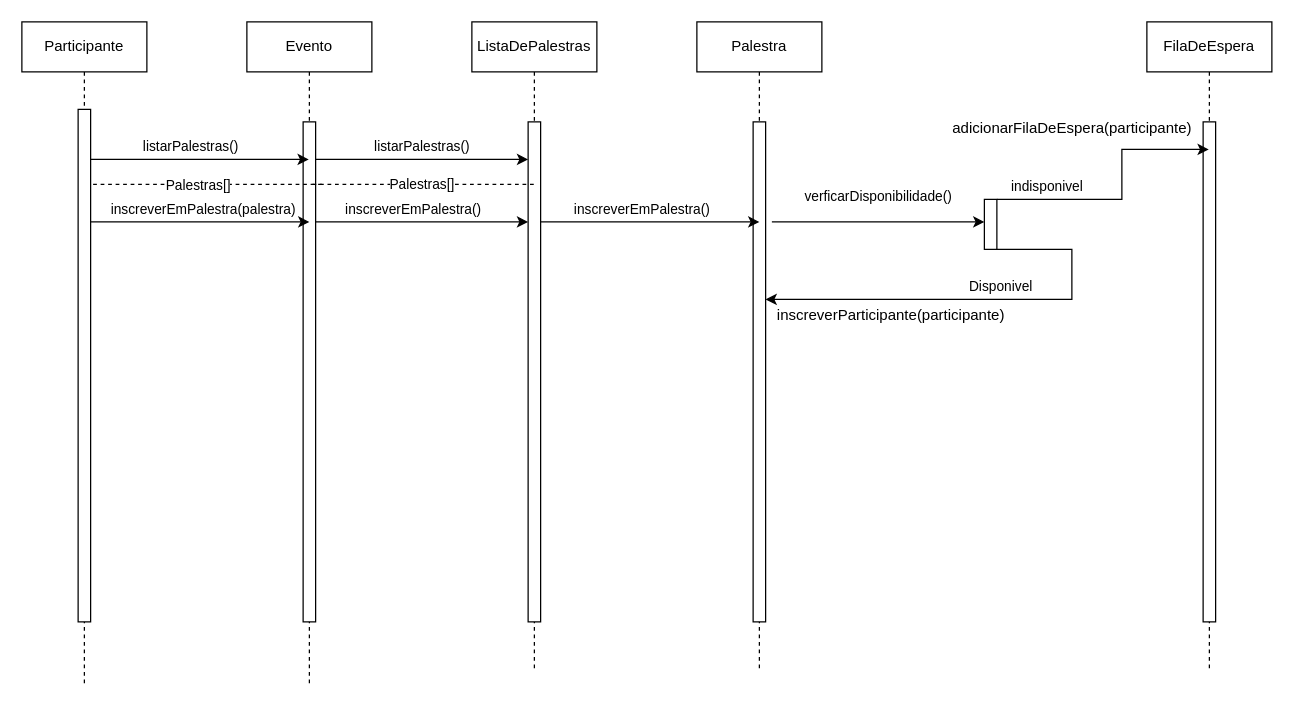
The draw.io diagram Diagrama sem nome.drawio in henriquechiacchio/-estruturas_dados, before the edit. Source tidied: cells renumbered, new cells numbered last; positions are measured from the earlier drawing's top-left corner, leaving out a move shared by most shapes. Both pictures are drawn from the tidied source at 125%, with x=0, y=0 at pixel (21, 21).
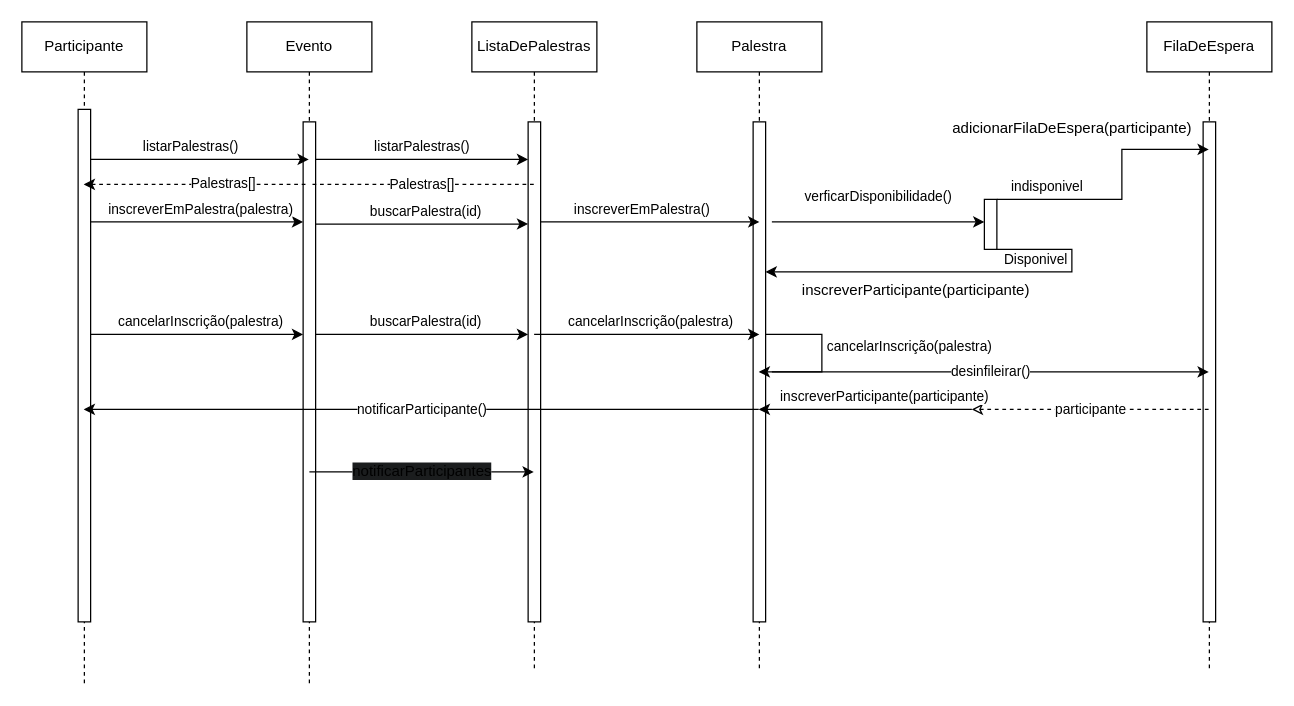
The same diagram, later.

The change refers to these unchanged cells:
```xml
<mxCell id="2" value="Participante" style="shape=umlLifeline;perimeter=lifelinePerimeter;whiteSpace=wrap;html=1;outlineConnect=0;portConstraint=eastwest;newEdgeStyle={&quot;edgeStyle&quot;:&quot;elbowEdgeStyle&quot;,&quot;elbow&quot;:&quot;vertical&quot;,&quot;curved&quot;:0,&quot;rounded&quot;:0};" parent="1" vertex="1">
  <mxGeometry width="100" height="530" as="geometry" />
</mxCell>
<mxCell id="3" style="html=1;points=[];perimeter=orthogonalPerimeter;outlineConnect=0;targetShapes=umlLifeline;portConstraint=eastwest;newEdgeStyle={&quot;edgeStyle&quot;:&quot;elbowEdgeStyle&quot;,&quot;elbow&quot;:&quot;vertical&quot;,&quot;curved&quot;:0,&quot;rounded&quot;:0};" parent="2" vertex="1">
  <mxGeometry x="45" y="70" width="10" height="410" as="geometry" />
</mxCell>
<mxCell id="4" value="Evento" style="shape=umlLifeline;perimeter=lifelinePerimeter;whiteSpace=wrap;html=1;outlineConnect=0;portConstraint=eastwest;newEdgeStyle={&quot;edgeStyle&quot;:&quot;elbowEdgeStyle&quot;,&quot;elbow&quot;:&quot;vertical&quot;,&quot;curved&quot;:0,&quot;rounded&quot;:0};" parent="1" vertex="1">
  <mxGeometry x="180" width="100" height="530" as="geometry" />
</mxCell>
<mxCell id="5" style="html=1;points=[];perimeter=orthogonalPerimeter;outlineConnect=0;targetShapes=umlLifeline;portConstraint=eastwest;newEdgeStyle={&quot;edgeStyle&quot;:&quot;elbowEdgeStyle&quot;,&quot;elbow&quot;:&quot;vertical&quot;,&quot;curved&quot;:0,&quot;rounded&quot;:0};" parent="4" vertex="1">
  <mxGeometry x="45" y="80" width="10" height="400" as="geometry" />
</mxCell>
<mxCell id="6" value="Palestra" style="shape=umlLifeline;perimeter=lifelinePerimeter;whiteSpace=wrap;html=1;outlineConnect=0;portConstraint=eastwest;newEdgeStyle={&quot;edgeStyle&quot;:&quot;elbowEdgeStyle&quot;,&quot;elbow&quot;:&quot;vertical&quot;,&quot;curved&quot;:0,&quot;rounded&quot;:0};" parent="1" vertex="1">
  <mxGeometry x="540" width="100" height="520" as="geometry" />
</mxCell>
<mxCell id="7" style="html=1;points=[];perimeter=orthogonalPerimeter;outlineConnect=0;targetShapes=umlLifeline;portConstraint=eastwest;newEdgeStyle={&quot;edgeStyle&quot;:&quot;elbowEdgeStyle&quot;,&quot;elbow&quot;:&quot;vertical&quot;,&quot;curved&quot;:0,&quot;rounded&quot;:0};" parent="6" vertex="1">
  <mxGeometry x="45" y="80" width="10" height="400" as="geometry" />
</mxCell>
<mxCell id="8" value="ListaDePalestras" style="shape=umlLifeline;perimeter=lifelinePerimeter;whiteSpace=wrap;html=1;outlineConnect=0;portConstraint=eastwest;newEdgeStyle={&quot;edgeStyle&quot;:&quot;elbowEdgeStyle&quot;,&quot;elbow&quot;:&quot;vertical&quot;,&quot;curved&quot;:0,&quot;rounded&quot;:0};" parent="1" vertex="1">
  <mxGeometry x="360" width="100" height="520" as="geometry" />
</mxCell>
<mxCell id="9" style="html=1;points=[];perimeter=orthogonalPerimeter;outlineConnect=0;targetShapes=umlLifeline;portConstraint=eastwest;newEdgeStyle={&quot;edgeStyle&quot;:&quot;elbowEdgeStyle&quot;,&quot;elbow&quot;:&quot;vertical&quot;,&quot;curved&quot;:0,&quot;rounded&quot;:0};" parent="8" vertex="1">
  <mxGeometry x="45" y="80" width="10" height="400" as="geometry" />
</mxCell>
<mxCell id="10" value="FilaDeEspera" style="shape=umlLifeline;perimeter=lifelinePerimeter;whiteSpace=wrap;html=1;outlineConnect=0;portConstraint=eastwest;newEdgeStyle={&quot;edgeStyle&quot;:&quot;elbowEdgeStyle&quot;,&quot;elbow&quot;:&quot;vertical&quot;,&quot;curved&quot;:0,&quot;rounded&quot;:0};" parent="1" vertex="1">
  <mxGeometry x="900" width="100" height="520" as="geometry" />
</mxCell>
```

What changed in the source:
```diff
@@
+    <mxCell id="26" value="cancelarInscrição(palestra)" style="endArrow=classic;html=1;rounded=0;" parent="6" edge="1" source="7" target="6">
+      <mxGeometry x="-0.12" y="70" relative="1" as="geometry">
+        <Array as="points">
+          <mxPoint x="100" y="250" />
+          <mxPoint x="100" y="280" />
+        </Array>
+      </mxGeometry>
+    </mxCell>
@@
-    <mxCell id="15" style="endArrow=none;dashed=1;html=1;rounded=0;" parent="1" edge="1" target="3">
-      <mxGeometry relative="1" as="geometry">
-        <mxPoint x="240" y="130" as="sourcePoint" />
-        <Array as="points">
-          <mxPoint x="150" y="130" />
-        </Array>
-      </mxGeometry>
-    </mxCell>
-    <mxCell id="16" value="Palestras[]" style="edgeLabel;html=1;align=center;verticalAlign=middle;" parent="15" vertex="1">
-      <mxGeometry x="0.16" y="1" relative="1" as="geometry">
-        <mxPoint x="7" y="-1" as="offset" />
-      </mxGeometry>
-    </mxCell>
-    <mxCell id="17" value="inscreverEmPalestra(palestra)" style="endArrow=classic;html=1;rounded=0;" parent="1" edge="1" source="3">
+    <mxCell id="17" value="inscreverEmPalestra(palestra)" style="endArrow=classic;html=1;rounded=0;" parent="1" edge="1" source="3" target="5">
       <mxGeometry x="0.03" y="10" relative="1" as="geometry">
-        <mxPoint x="230" y="160" as="targetPoint" />
         <Array as="points">
           <mxPoint x="145" y="160" />
         </Array>
       </mxGeometry>
     </mxCell>
-    <mxCell id="18" value="inscreverEmPalestra()" style="endArrow=classic;html=1;rounded=0;" parent="1" edge="1" source="5" target="9">
-      <mxGeometry x="-0.08" y="10" relative="1" as="geometry">
-        <Array as="points">
-          <mxPoint x="315" y="160" />
-        </Array>
-      </mxGeometry>
-    </mxCell>
@@
     <mxCell id="23" value="Disponivel" style="endArrow=classic;html=1;rounded=0;" parent="1" edge="1" target="7">
-      <mxGeometry x="-0.09" y="-10" relative="1" as="geometry">
+      <mxGeometry x="-0.81" y="-8" relative="1" as="geometry">
         <mxPoint x="780" y="182" as="sourcePoint" />
         <Array as="points">
           <mxPoint x="840" y="182" />
-          <mxPoint x="840" y="222" />
+          <mxPoint x="840" y="200" />
+          <mxPoint x="720" y="200" />
         </Array>
       </mxGeometry>
     </mxCell>
@@
     <mxCell id="25" value="inscreverParticipante(participante)" style="text;html=1;align=center;verticalAlign=middle;strokeColor=none;fillColor=none;" parent="1" vertex="1">
-      <mxGeometry x="590" y="220" width="210" height="30" as="geometry" />
+      <mxGeometry x="610" y="200" width="210" height="30" as="geometry" />
     </mxCell>
+    <mxCell id="15" style="endArrow=none;dashed=1;html=1;rounded=0;startArrow=classic;startFill=1;" parent="1" edge="1" source="2" target="4">
+      <mxGeometry relative="1" as="geometry">
+        <Array as="points">
+          <mxPoint x="150" y="130" />
+        </Array>
+      </mxGeometry>
+    </mxCell>
+    <mxCell id="16" value="Palestras[]" style="edgeLabel;html=1;align=center;verticalAlign=middle;" parent="15" vertex="1">
+      <mxGeometry x="0.16" y="1" relative="1" as="geometry">
+        <mxPoint x="7" y="-1" as="offset" />
+      </mxGeometry>
+    </mxCell>
+    <mxCell id="27" value="cancelarInscrição(palestra)" style="endArrow=classic;html=1;rounded=0;" parent="1" edge="1">
+      <mxGeometry x="0.03" y="10" relative="1" as="geometry">
+        <mxPoint x="55" y="250" as="sourcePoint" />
+        <mxPoint x="225" y="250" as="targetPoint" />
+        <Array as="points">
+          <mxPoint x="150" y="250" />
+        </Array>
+      </mxGeometry>
+    </mxCell>
+    <mxCell id="18" value="buscarPalestra(id)" style="endArrow=classic;html=1;rounded=0;" parent="1" edge="1" source="5" target="9">
+      <mxGeometry x="0.03" y="10" relative="1" as="geometry">
+        <Array as="points">
+          <mxPoint x="320" y="161.7" />
+        </Array>
+      </mxGeometry>
+    </mxCell>
+    <mxCell id="28" value="buscarPalestra(id)" style="endArrow=classic;html=1;rounded=0;" parent="1" edge="1">
+      <mxGeometry x="0.03" y="10" relative="1" as="geometry">
+        <mxPoint x="235" y="250" as="sourcePoint" />
+        <mxPoint x="405" y="250" as="targetPoint" />
+        <Array as="points">
+          <mxPoint x="330" y="250" />
+        </Array>
+      </mxGeometry>
+    </mxCell>
+    <mxCell id="29" value="cancelarInscrição(palestra)" style="endArrow=classic;html=1;rounded=0;" parent="1" edge="1">
+      <mxGeometry x="0.03" y="10" relative="1" as="geometry">
+        <mxPoint x="409.8" y="250" as="sourcePoint" />
+        <mxPoint x="590" y="250" as="targetPoint" />
+        <Array as="points">
+          <mxPoint x="515" y="250" />
+        </Array>
+      </mxGeometry>
+    </mxCell>
+    <mxCell id="30" value="desinfileirar()" style="endArrow=classic;html=1;rounded=0;" parent="1" edge="1" target="10">
+      <mxGeometry relative="1" as="geometry">
+        <mxPoint x="600" y="280" as="sourcePoint" />
+        <Array as="points">
+          <mxPoint x="680" y="280" />
+        </Array>
+      </mxGeometry>
+    </mxCell>
+    <mxCell id="31" value="participante" style="endArrow=none;dashed=1;html=1;rounded=0;endFill=1;startArrow=classic;startFill=0;" parent="1" edge="1">
+      <mxGeometry relative="1" as="geometry">
+        <mxPoint x="760" y="310" as="sourcePoint" />
+        <mxPoint x="950" y="310" as="targetPoint" />
+      </mxGeometry>
+    </mxCell>
+    <mxCell id="32" value="notificarParticipante()" style="endArrow=classic;html=1;rounded=0;" parent="1" edge="1" source="6" target="2">
+      <mxGeometry relative="1" as="geometry">
+        <Array as="points">
+          <mxPoint x="500" y="310" />
+        </Array>
+      </mxGeometry>
+    </mxCell>
+    <mxCell id="33" value="inscreverParticipante(participante)" style="endArrow=classic;html=1;rounded=0;" parent="1" edge="1" target="6">
+      <mxGeometry x="-0.18" y="-10" relative="1" as="geometry">
+        <mxPoint x="760" y="310" as="sourcePoint" />
+      </mxGeometry>
+    </mxCell>
+    <mxCell id="34" value="&lt;br&gt;&lt;span style=&quot;font-size: 12px; text-align: left; text-wrap-mode: wrap; background-color: rgb(27, 29, 30);&quot;&gt;notificarParticipantes&lt;/span&gt;&lt;div&gt;&lt;br/&gt;&lt;/div&gt;" style="endArrow=classic;html=1;rounded=0;" parent="1" edge="1" target="8">
+      <mxGeometry relative="1" as="geometry">
+        <mxPoint x="230" y="360" as="sourcePoint" />
+      </mxGeometry>
+    </mxCell>
```
